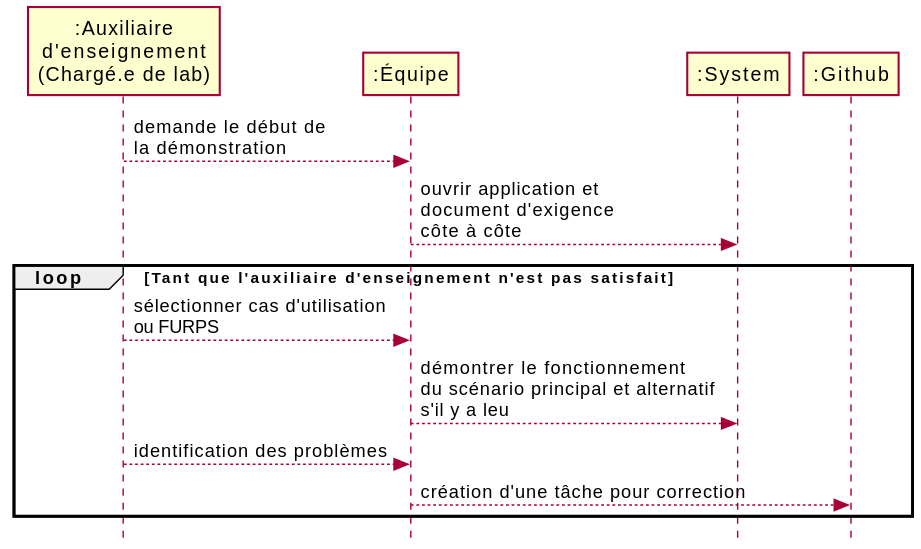
Above: README/dss-demonstration.svg in profcfuhrmanets/log210-enonce-lab1 (PlantUML), before the change.
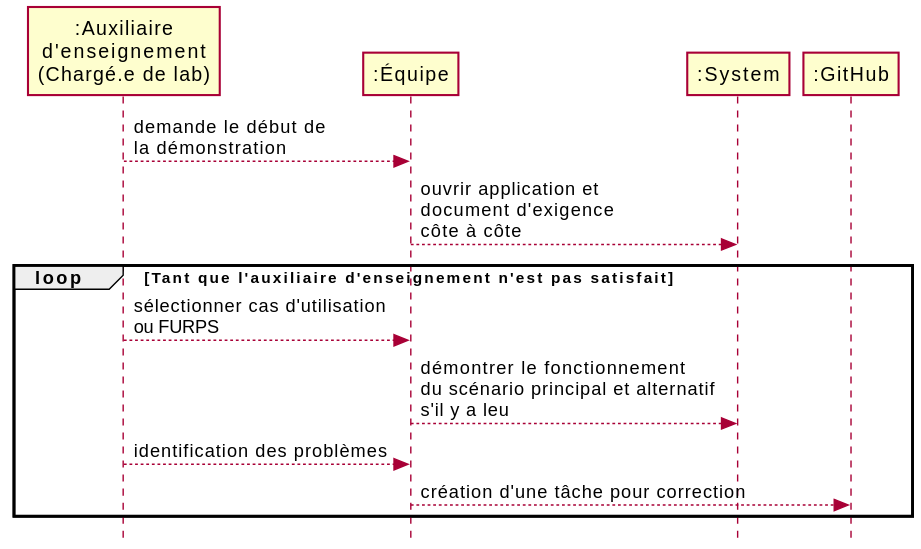
The same file after the commit.

Commit message:
Normaliser GitHub

Change to the diagram source:
```diff
@@ -4,7 +4,7 @@
 participant ":Auxiliaire\nd'enseignement\n(Chargé.e de lab)" as C
 participant ":Équipe" as E
 participant ":System" as S
-participant ":Github" as G
+participant ":GitHub" as G
 
 C --> E: demande le début de\nla démonstration
 E --> S: ouvrir application et \ndocument d'exigence\ncôte à côte
```
